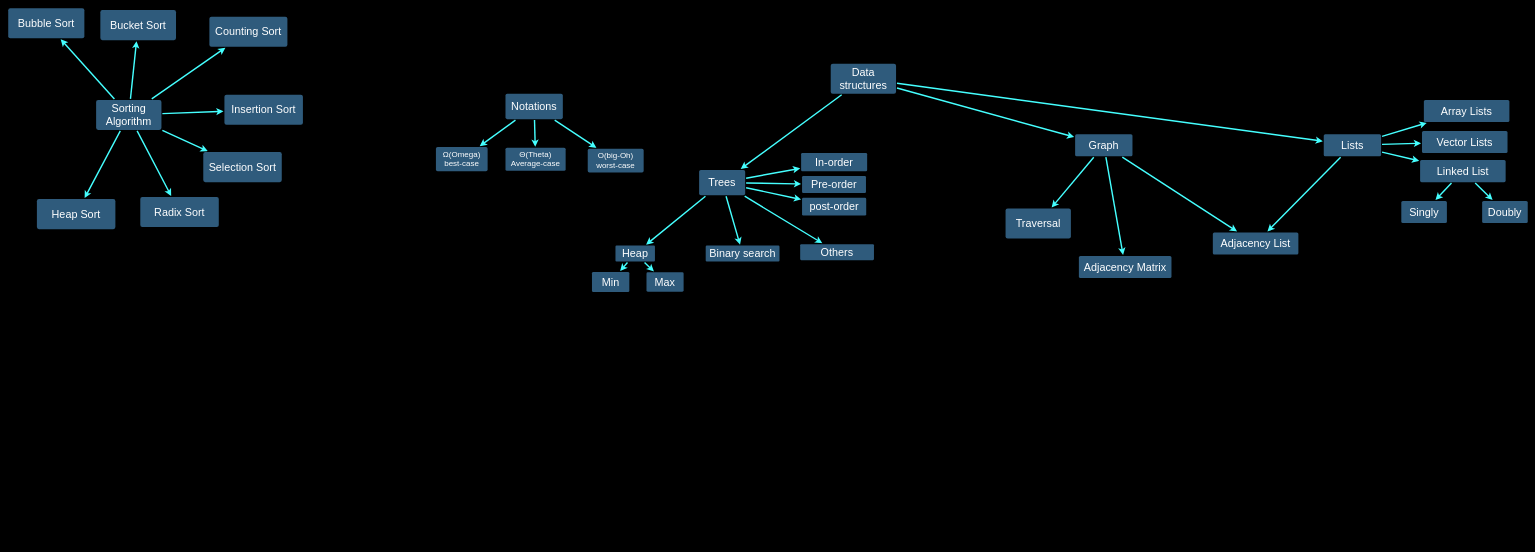
mogggen/Datastrukturer-och-algoritmer keeps this draw.io diagram as Datastrukturer och algoritmer/Untitled Diagram.drawio. Above is the earlier version. Source tidied: cells renumbered, new cells numbered last; positions are measured from the earlier drawing's top-left corner, leaving out a move shared by most shapes. Both pictures are drawn from the tidied source at 47%, with x=0, y=0 at pixel (8, 8).
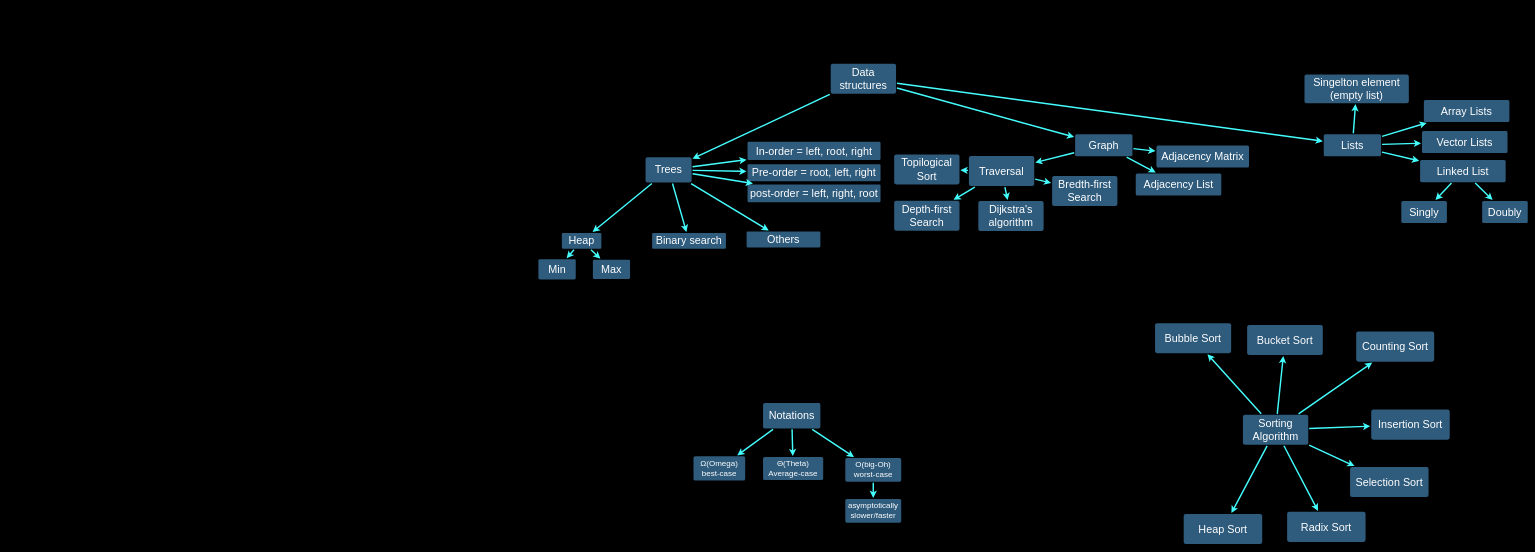
The same page after the edit.

Commit message:
Pre-dinner commit save

The change refers to these unchanged cells:
```xml
<mxCell id="19" value="Lists" style="rounded=1;whiteSpace=wrap;html=1;shadow=0;labelBackgroundColor=none;strokeColor=none;strokeWidth=3;fillColor=#2F5B7C;fontFamily=Helvetica;fontSize=23;fontColor=#FFFFFF;align=center;fontStyle=0;spacing=5;arcSize=7;perimeterSpacing=2;" parent="1" vertex="1">
  <mxGeometry x="2799" y="268" width="122" height="47" as="geometry" />
</mxCell>
```

The edit, as a diff of the source:
```diff
@@
     <mxCell id="2" value="Trees" style="rounded=1;whiteSpace=wrap;html=1;shadow=0;labelBackgroundColor=none;strokeColor=none;strokeWidth=3;fillColor=#2F5B7C;fontFamily=Helvetica;fontSize=23;fontColor=#FFFFFF;align=center;fontStyle=0;spacing=5;arcSize=7;perimeterSpacing=2;glass=0;" parent="1" vertex="1">
-      <mxGeometry x="1470" y="344" width="98" height="54" as="geometry" />
+      <mxGeometry x="1356" y="317" width="98" height="54" as="geometry" />
     </mxCell>
@@
-    <mxCell id="4" value="In-order" style="rounded=1;whiteSpace=wrap;html=1;shadow=0;labelBackgroundColor=none;strokeColor=none;strokeWidth=3;fillColor=#2F5B7C;fontFamily=Helvetica;fontSize=23;fontColor=#FFFFFF;align=center;fontStyle=0;spacing=5;arcSize=7;perimeterSpacing=2;" parent="1" vertex="1">
-      <mxGeometry x="1687" y="308" width="140.5" height="39" as="geometry" />
+    <mxCell id="4" value="In-order = left, root, right" style="rounded=1;whiteSpace=wrap;html=1;shadow=0;labelBackgroundColor=none;strokeColor=none;strokeWidth=3;fillColor=#2F5B7C;fontFamily=Helvetica;fontSize=23;fontColor=#FFFFFF;align=center;fontStyle=0;spacing=5;arcSize=7;perimeterSpacing=2;" parent="1" vertex="1">
+      <mxGeometry x="1573" y="284" width="283" height="39" as="geometry" />
     </mxCell>
     <mxCell id="5" value="Heap" style="rounded=1;whiteSpace=wrap;html=1;shadow=0;labelBackgroundColor=none;strokeColor=none;strokeWidth=3;fillColor=#2F5B7C;fontFamily=Helvetica;fontSize=23;fontColor=#FFFFFF;align=center;fontStyle=0;spacing=5;arcSize=7;perimeterSpacing=2;horizontal=1;verticalAlign=middle;" parent="1" vertex="1">
-      <mxGeometry x="1292" y="505" width="84" height="34" as="geometry" />
+      <mxGeometry x="1178" y="478" width="84" height="34" as="geometry" />
     </mxCell>
@@
-    <mxCell id="9" value="Pre-order" style="rounded=1;whiteSpace=wrap;html=1;shadow=0;labelBackgroundColor=none;strokeColor=none;strokeWidth=3;fillColor=#2F5B7C;fontFamily=Helvetica;fontSize=23;fontColor=#FFFFFF;align=center;fontStyle=0;spacing=5;arcSize=7;perimeterSpacing=2;" parent="1" vertex="1">
-      <mxGeometry x="1689" y="357" width="136" height="36" as="geometry" />
+    <mxCell id="9" value="Pre-order = root, left, right" style="rounded=1;whiteSpace=wrap;html=1;shadow=0;labelBackgroundColor=none;strokeColor=none;strokeWidth=3;fillColor=#2F5B7C;fontFamily=Helvetica;fontSize=23;fontColor=#FFFFFF;align=center;fontStyle=0;spacing=5;arcSize=7;perimeterSpacing=2;" parent="1" vertex="1">
+      <mxGeometry x="1573" y="332" width="283" height="36" as="geometry" />
     </mxCell>
-    <mxCell id="10" value="post-order" style="rounded=1;whiteSpace=wrap;html=1;shadow=0;labelBackgroundColor=none;strokeColor=none;strokeWidth=3;fillColor=#2F5B7C;fontFamily=Helvetica;fontSize=23;fontColor=#FFFFFF;align=center;fontStyle=0;spacing=5;arcSize=7;perimeterSpacing=2;" parent="1" vertex="1">
-      <mxGeometry x="1689" y="403" width="136.5" height="38" as="geometry" />
+    <mxCell id="10" value="post-order = left, right, root" style="rounded=1;whiteSpace=wrap;html=1;shadow=0;labelBackgroundColor=none;strokeColor=none;strokeWidth=3;fillColor=#2F5B7C;fontFamily=Helvetica;fontSize=23;fontColor=#FFFFFF;align=center;fontStyle=0;spacing=5;arcSize=7;perimeterSpacing=2;" parent="1" vertex="1">
+      <mxGeometry x="1573" y="375" width="283" height="38" as="geometry" />
     </mxCell>
@@
     <mxCell id="12" value="Min" style="rounded=1;whiteSpace=wrap;html=1;shadow=0;labelBackgroundColor=none;strokeColor=none;strokeWidth=3;fillColor=#2F5B7C;fontFamily=Helvetica;fontSize=23;fontColor=#FFFFFF;align=center;fontStyle=0;spacing=5;arcSize=7;perimeterSpacing=2;horizontal=1;verticalAlign=middle;" parent="1" vertex="1">
-      <mxGeometry x="1242" y="561" width="79.5" height="43" as="geometry" />
+      <mxGeometry x="1128" y="534" width="79.5" height="43" as="geometry" />
     </mxCell>
     <mxCell id="13" value="Max" style="rounded=1;whiteSpace=wrap;html=1;shadow=0;labelBackgroundColor=none;strokeColor=none;strokeWidth=3;fillColor=#2F5B7C;fontFamily=Helvetica;fontSize=23;fontColor=#FFFFFF;align=center;fontStyle=0;spacing=5;arcSize=7;perimeterSpacing=2;horizontal=1;verticalAlign=middle;" parent="1" vertex="1">
-      <mxGeometry x="1358" y="562" width="79" height="41" as="geometry" />
+      <mxGeometry x="1244" y="535" width="79" height="41" as="geometry" />
     </mxCell>
@@
     <mxCell id="22" value="Sorting Algorithm" style="rounded=1;whiteSpace=wrap;html=1;shadow=0;labelBackgroundColor=none;strokeColor=none;strokeWidth=3;fillColor=#2F5B7C;fontFamily=Helvetica;fontSize=23;fontColor=#FFFFFF;align=center;fontStyle=0;spacing=5;arcSize=7;perimeterSpacing=2;" parent="1" vertex="1">
-      <mxGeometry x="187" y="195" width="139" height="64" as="geometry" />
+      <mxGeometry x="2627" y="865" width="139" height="64" as="geometry" />
     </mxCell>
     <mxCell id="23" value="Traversal" style="rounded=1;whiteSpace=wrap;html=1;shadow=0;labelBackgroundColor=none;strokeColor=none;strokeWidth=3;fillColor=#2F5B7C;fontFamily=Helvetica;fontSize=23;fontColor=#FFFFFF;align=center;fontStyle=0;spacing=5;arcSize=7;perimeterSpacing=2;" parent="1" vertex="1">
-      <mxGeometry x="2122" y="426" width="139" height="64" as="geometry" />
+      <mxGeometry x="2044" y="314.5" width="139" height="64" as="geometry" />
     </mxCell>
@@
     <mxCell id="25" value="Binary search" style="rounded=1;whiteSpace=wrap;html=1;shadow=0;labelBackgroundColor=none;strokeColor=none;strokeWidth=3;fillColor=#2F5B7C;fontFamily=Helvetica;fontSize=23;fontColor=#FFFFFF;align=center;fontStyle=0;spacing=5;arcSize=7;perimeterSpacing=2;horizontal=1;verticalAlign=middle;" parent="1" vertex="1">
-      <mxGeometry x="1484" y="505" width="157" height="34" as="geometry" />
+      <mxGeometry x="1370" y="478" width="157" height="34" as="geometry" />
     </mxCell>
@@
     <mxCell id="27" value="Others" style="rounded=1;whiteSpace=wrap;html=1;shadow=0;labelBackgroundColor=none;strokeColor=none;strokeWidth=3;fillColor=#2F5B7C;fontFamily=Helvetica;fontSize=23;fontColor=#FFFFFF;align=center;fontStyle=0;spacing=5;arcSize=7;perimeterSpacing=2;horizontal=1;verticalAlign=middle;" parent="1" vertex="1">
-      <mxGeometry x="1685" y="502" width="157" height="34" as="geometry" />
+      <mxGeometry x="1571" y="475" width="157" height="34" as="geometry" />
     </mxCell>
@@
     <mxCell id="29" value="Notations" style="rounded=1;whiteSpace=wrap;html=1;shadow=0;labelBackgroundColor=none;strokeColor=none;strokeWidth=3;fillColor=#2F5B7C;fontFamily=Helvetica;fontSize=23;fontColor=#FFFFFF;align=center;fontStyle=0;spacing=5;arcSize=7;perimeterSpacing=2;glass=0;" parent="1" vertex="1">
-      <mxGeometry x="1058" y="182" width="122" height="54" as="geometry" />
+      <mxGeometry x="1606" y="840" width="122" height="54" as="geometry" />
     </mxCell>
     <mxCell id="30" value="&lt;font style=&quot;font-size: 17px&quot;&gt;Ω(Omega) best-case&lt;/font&gt;" style="rounded=1;whiteSpace=wrap;html=1;shadow=0;labelBackgroundColor=none;strokeColor=none;strokeWidth=3;fillColor=#2F5B7C;fontFamily=Helvetica;fontSize=17;fontColor=#FFFFFF;align=center;fontStyle=0;spacing=5;arcSize=7;perimeterSpacing=2;glass=0;" parent="1" vertex="1">
-      <mxGeometry x="910" y="295.5" width="110" height="51.5" as="geometry" />
+      <mxGeometry x="1458" y="953.5" width="110" height="51.5" as="geometry" />
     </mxCell>
     <mxCell id="31" value="&lt;font style=&quot;font-size: 17px&quot;&gt;Θ(Theta) Average-case&lt;/font&gt;" style="rounded=1;whiteSpace=wrap;html=1;shadow=0;labelBackgroundColor=none;strokeColor=none;strokeWidth=3;fillColor=#2F5B7C;fontFamily=Helvetica;fontSize=17;fontColor=#FFFFFF;align=center;fontStyle=0;spacing=5;arcSize=7;perimeterSpacing=2;glass=0;" parent="1" vertex="1">
-      <mxGeometry x="1058" y="296.8" width="128" height="49" as="geometry" />
+      <mxGeometry x="1606" y="954.8" width="128" height="49" as="geometry" />
     </mxCell>
     <mxCell id="32" value="&lt;font style=&quot;font-size: 17px&quot;&gt;O(big-Oh) worst-case&lt;/font&gt;" style="rounded=1;whiteSpace=wrap;html=1;shadow=0;labelBackgroundColor=none;strokeColor=none;strokeWidth=3;fillColor=#2F5B7C;fontFamily=Helvetica;fontSize=17;fontColor=#FFFFFF;align=center;fontStyle=0;spacing=5;arcSize=7;perimeterSpacing=2;glass=0;" parent="1" vertex="1">
-      <mxGeometry x="1233" y="299" width="119" height="50.5" as="geometry" />
+      <mxGeometry x="1781" y="957" width="119" height="50.5" as="geometry" />
     </mxCell>
@@
     <mxCell id="36" value="Bubble Sort" style="rounded=1;whiteSpace=wrap;html=1;shadow=0;labelBackgroundColor=none;strokeColor=none;strokeWidth=3;fillColor=#2F5B7C;fontFamily=Helvetica;fontSize=23;fontColor=#FFFFFF;align=center;fontStyle=0;spacing=5;arcSize=7;perimeterSpacing=2;" parent="1" vertex="1">
-      <mxGeometry width="162" height="64" as="geometry" />
+      <mxGeometry x="2440" y="670" width="162" height="64" as="geometry" />
     </mxCell>
@@
     <mxCell id="41" value="Adjacency List" style="rounded=1;whiteSpace=wrap;html=1;shadow=0;labelBackgroundColor=none;strokeColor=none;strokeWidth=3;fillColor=#2F5B7C;fontFamily=Helvetica;fontSize=23;fontColor=#FFFFFF;align=center;fontStyle=0;spacing=5;arcSize=7;perimeterSpacing=2;" parent="1" vertex="1">
-      <mxGeometry x="2563" y="477" width="182" height="47" as="geometry" />
+      <mxGeometry x="2399" y="351.5" width="182" height="47" as="geometry" />
     </mxCell>
-    <mxCell id="42" style="edgeStyle=none;rounded=0;jumpStyle=none;html=1;shadow=0;labelBackgroundColor=none;startArrow=none;startFill=0;endArrow=classic;endFill=1;jettySize=auto;strokeWidth=3;fontFamily=Helvetica;fontSize=16;fontColor=#23445D;spacing=5;fillColor=#e3c800;strokeColor=#45FFFF;" parent="1" edge="1" source="19" target="41">
-      <mxGeometry relative="1" as="geometry" />
-    </mxCell>
@@
     <mxCell id="45" value="Adjacency Matrix" style="rounded=1;whiteSpace=wrap;html=1;shadow=0;labelBackgroundColor=none;strokeColor=none;strokeWidth=3;fillColor=#2F5B7C;fontFamily=Helvetica;fontSize=23;fontColor=#FFFFFF;align=center;fontStyle=0;spacing=5;arcSize=7;perimeterSpacing=2;" parent="1" vertex="1">
-      <mxGeometry x="2278" y="527" width="197" height="47" as="geometry" />
+      <mxGeometry x="2443" y="292" width="197" height="47" as="geometry" />
     </mxCell>
@@
     <mxCell id="51" value="Bucket Sort" style="rounded=1;whiteSpace=wrap;html=1;shadow=0;labelBackgroundColor=none;strokeColor=none;strokeWidth=3;fillColor=#2F5B7C;fontFamily=Helvetica;fontSize=23;fontColor=#FFFFFF;align=center;fontStyle=0;spacing=5;arcSize=7;perimeterSpacing=2;" parent="1" vertex="1">
-      <mxGeometry x="196" y="4" width="161" height="64" as="geometry" />
+      <mxGeometry x="2636" y="674" width="161" height="64" as="geometry" />
     </mxCell>
@@
     <mxCell id="54" value="Insertion Sort" style="rounded=1;whiteSpace=wrap;html=1;shadow=0;labelBackgroundColor=none;strokeColor=none;strokeWidth=3;fillColor=#2F5B7C;fontFamily=Helvetica;fontSize=23;fontColor=#FFFFFF;align=center;fontStyle=0;spacing=5;arcSize=7;perimeterSpacing=2;" parent="1" vertex="1">
-      <mxGeometry x="460" y="184" width="167" height="64" as="geometry" />
+      <mxGeometry x="2900" y="854" width="167" height="64" as="geometry" />
     </mxCell>
@@
     <mxCell id="57" value="Counting Sort" style="rounded=1;whiteSpace=wrap;html=1;shadow=0;labelBackgroundColor=none;strokeColor=none;strokeWidth=3;fillColor=#2F5B7C;fontFamily=Helvetica;fontSize=23;fontColor=#FFFFFF;align=center;fontStyle=0;spacing=5;arcSize=7;perimeterSpacing=2;" parent="1" vertex="1">
-      <mxGeometry x="428" y="18" width="166" height="64" as="geometry" />
+      <mxGeometry x="2868" y="688" width="166" height="64" as="geometry" />
     </mxCell>
     <mxCell id="58" value="Selection Sort" style="rounded=1;whiteSpace=wrap;html=1;shadow=0;labelBackgroundColor=none;strokeColor=none;strokeWidth=3;fillColor=#2F5B7C;fontFamily=Helvetica;fontSize=23;fontColor=#FFFFFF;align=center;fontStyle=0;spacing=5;arcSize=7;perimeterSpacing=2;" parent="1" vertex="1">
-      <mxGeometry x="415" y="306" width="167" height="64" as="geometry" />
+      <mxGeometry x="2855" y="976" width="167" height="64" as="geometry" />
     </mxCell>
@@
     <mxCell id="60" value="Radix Sort" style="rounded=1;whiteSpace=wrap;html=1;shadow=0;labelBackgroundColor=none;strokeColor=none;strokeWidth=3;fillColor=#2F5B7C;fontFamily=Helvetica;fontSize=23;fontColor=#FFFFFF;align=center;fontStyle=0;spacing=5;arcSize=7;perimeterSpacing=2;" parent="1" vertex="1">
-      <mxGeometry x="281" y="401.5" width="167" height="64" as="geometry" />
+      <mxGeometry x="2721" y="1071.5" width="167" height="64" as="geometry" />
     </mxCell>
@@
     <mxCell id="62" value="Heap Sort" style="rounded=1;whiteSpace=wrap;html=1;shadow=0;labelBackgroundColor=none;strokeColor=none;strokeWidth=3;fillColor=#2F5B7C;fontFamily=Helvetica;fontSize=23;fontColor=#FFFFFF;align=center;fontStyle=0;spacing=5;arcSize=7;perimeterSpacing=2;" parent="1" vertex="1">
-      <mxGeometry x="61" y="406" width="167" height="64" as="geometry" />
+      <mxGeometry x="2501" y="1076" width="167" height="64" as="geometry" />
     </mxCell>
@@
+    <mxCell id="64" value="Singelton element (empty list)" style="rounded=1;whiteSpace=wrap;html=1;shadow=0;labelBackgroundColor=none;strokeColor=none;strokeWidth=3;fillColor=#2F5B7C;fontFamily=Helvetica;fontSize=23;fontColor=#FFFFFF;align=center;fontStyle=0;spacing=5;arcSize=7;perimeterSpacing=2;" parent="1" vertex="1">
+      <mxGeometry x="2758" y="141" width="222" height="61" as="geometry" />
+    </mxCell>
+    <mxCell id="65" style="edgeStyle=none;rounded=0;jumpStyle=none;html=1;shadow=0;labelBackgroundColor=none;startArrow=none;startFill=0;endArrow=classic;endFill=1;jettySize=auto;strokeWidth=3;fontFamily=Helvetica;fontSize=16;fontColor=#23445D;spacing=5;fillColor=#e3c800;strokeColor=#45FFFF;" parent="1" edge="1" source="19" target="64">
+      <mxGeometry relative="1" as="geometry" />
+    </mxCell>
+    <mxCell id="66" value="&lt;font style=&quot;font-size: 17px&quot;&gt;asymptotically slower/faster&lt;/font&gt;" style="rounded=1;whiteSpace=wrap;html=1;shadow=0;labelBackgroundColor=none;strokeColor=none;strokeWidth=3;fillColor=#2F5B7C;fontFamily=Helvetica;fontSize=17;fontColor=#FFFFFF;align=center;fontStyle=0;spacing=5;arcSize=7;perimeterSpacing=2;glass=0;" parent="1" vertex="1">
+      <mxGeometry x="1781" y="1044" width="119" height="50.5" as="geometry" />
+    </mxCell>
+    <mxCell id="67" style="edgeStyle=none;rounded=0;jumpStyle=none;html=1;shadow=0;labelBackgroundColor=none;startArrow=none;startFill=0;endArrow=classic;endFill=1;jettySize=auto;strokeWidth=3;fontFamily=Helvetica;fontSize=16;fontColor=#23445D;spacing=5;fillColor=#e3c800;strokeColor=#45FFFF;" parent="1" edge="1" source="32" target="66">
+      <mxGeometry relative="1" as="geometry" />
+    </mxCell>
+    <mxCell id="68" value="Topilogical Sort" style="rounded=1;whiteSpace=wrap;html=1;shadow=0;labelBackgroundColor=none;strokeColor=none;strokeWidth=3;fillColor=#2F5B7C;fontFamily=Helvetica;fontSize=23;fontColor=#FFFFFF;align=center;fontStyle=0;spacing=5;arcSize=7;perimeterSpacing=2;" parent="1" vertex="1">
+      <mxGeometry x="1885" y="311" width="139" height="64" as="geometry" />
+    </mxCell>
+    <mxCell id="69" style="edgeStyle=none;rounded=0;jumpStyle=none;html=1;shadow=0;labelBackgroundColor=none;startArrow=none;startFill=0;endArrow=classic;endFill=1;jettySize=auto;strokeWidth=3;fontFamily=Helvetica;fontSize=16;fontColor=#23445D;spacing=5;fillColor=#e3c800;strokeColor=#45FFFF;" parent="1" edge="1" source="23" target="68">
+      <mxGeometry relative="1" as="geometry" />
+    </mxCell>
+    <mxCell id="70" value="Bredth-first Search" style="rounded=1;whiteSpace=wrap;html=1;shadow=0;labelBackgroundColor=none;strokeColor=none;strokeWidth=3;fillColor=#2F5B7C;fontFamily=Helvetica;fontSize=23;fontColor=#FFFFFF;align=center;fontStyle=0;spacing=5;arcSize=7;perimeterSpacing=2;" parent="1" vertex="1">
+      <mxGeometry x="2221" y="357" width="139" height="64" as="geometry" />
+    </mxCell>
+    <mxCell id="71" style="edgeStyle=none;rounded=0;jumpStyle=none;html=1;shadow=0;labelBackgroundColor=none;startArrow=none;startFill=0;endArrow=classic;endFill=1;jettySize=auto;strokeWidth=3;fontFamily=Helvetica;fontSize=16;fontColor=#23445D;spacing=5;fillColor=#e3c800;strokeColor=#45FFFF;" parent="1" edge="1" source="23" target="70">
+      <mxGeometry relative="1" as="geometry" />
+    </mxCell>
+    <mxCell id="72" value="Depth-first Search" style="rounded=1;whiteSpace=wrap;html=1;shadow=0;labelBackgroundColor=none;strokeColor=none;strokeWidth=3;fillColor=#2F5B7C;fontFamily=Helvetica;fontSize=23;fontColor=#FFFFFF;align=center;fontStyle=0;spacing=5;arcSize=7;perimeterSpacing=2;" parent="1" vertex="1">
+      <mxGeometry x="1885" y="409.5" width="139" height="64" as="geometry" />
+    </mxCell>
+    <mxCell id="73" style="edgeStyle=none;rounded=0;jumpStyle=none;html=1;shadow=0;labelBackgroundColor=none;startArrow=none;startFill=0;endArrow=classic;endFill=1;jettySize=auto;strokeWidth=3;fontFamily=Helvetica;fontSize=16;fontColor=#23445D;spacing=5;fillColor=#e3c800;strokeColor=#45FFFF;" parent="1" edge="1" source="23" target="72">
+      <mxGeometry relative="1" as="geometry" />
+    </mxCell>
+    <mxCell id="74" value="Dijkstra's algorithm" style="rounded=1;whiteSpace=wrap;html=1;shadow=0;labelBackgroundColor=none;strokeColor=none;strokeWidth=3;fillColor=#2F5B7C;fontFamily=Helvetica;fontSize=23;fontColor=#FFFFFF;align=center;fontStyle=0;spacing=5;arcSize=7;perimeterSpacing=2;" parent="1" vertex="1">
+      <mxGeometry x="2064" y="410" width="139" height="64" as="geometry" />
+    </mxCell>
+    <mxCell id="75" style="edgeStyle=none;rounded=0;jumpStyle=none;html=1;shadow=0;labelBackgroundColor=none;startArrow=none;startFill=0;endArrow=classic;endFill=1;jettySize=auto;strokeWidth=3;fontFamily=Helvetica;fontSize=16;fontColor=#23445D;spacing=5;fillColor=#e3c800;strokeColor=#45FFFF;" parent="1" edge="1" source="23" target="74">
+      <mxGeometry relative="1" as="geometry" />
+    </mxCell>
```
